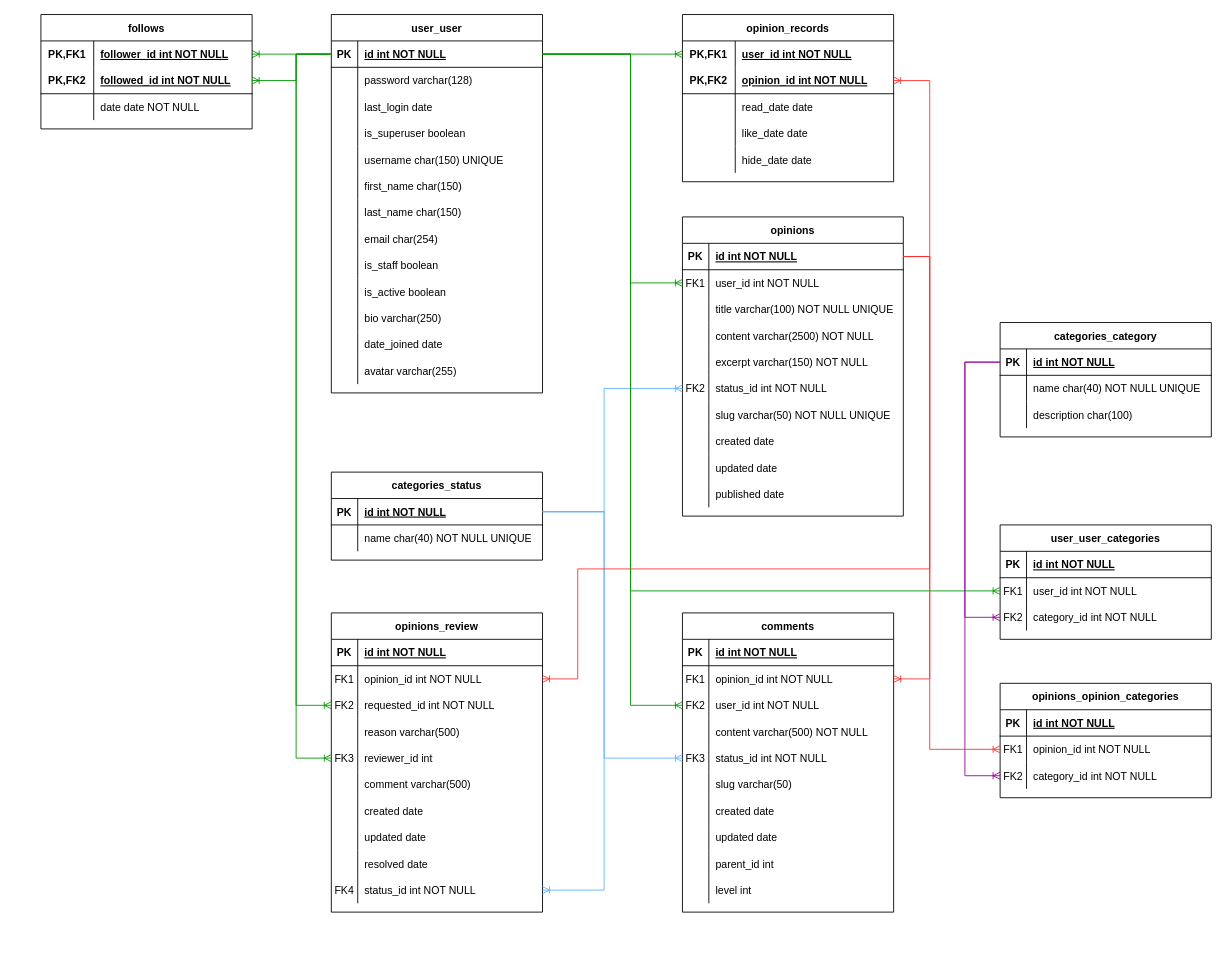
Above: page "database-schema" (1 of 14) of doc/design/soapbox.drawio in ibuttimer/soapbox (draw.io), before the change. Source tidied: cells renumbered, new cells numbered last; positions are measured from the earlier drawing's top-left corner, leaving out a move shared by most shapes. Both pictures are drawn from the tidied source at 88%, with x=0, y=0 at pixel (40, 14).
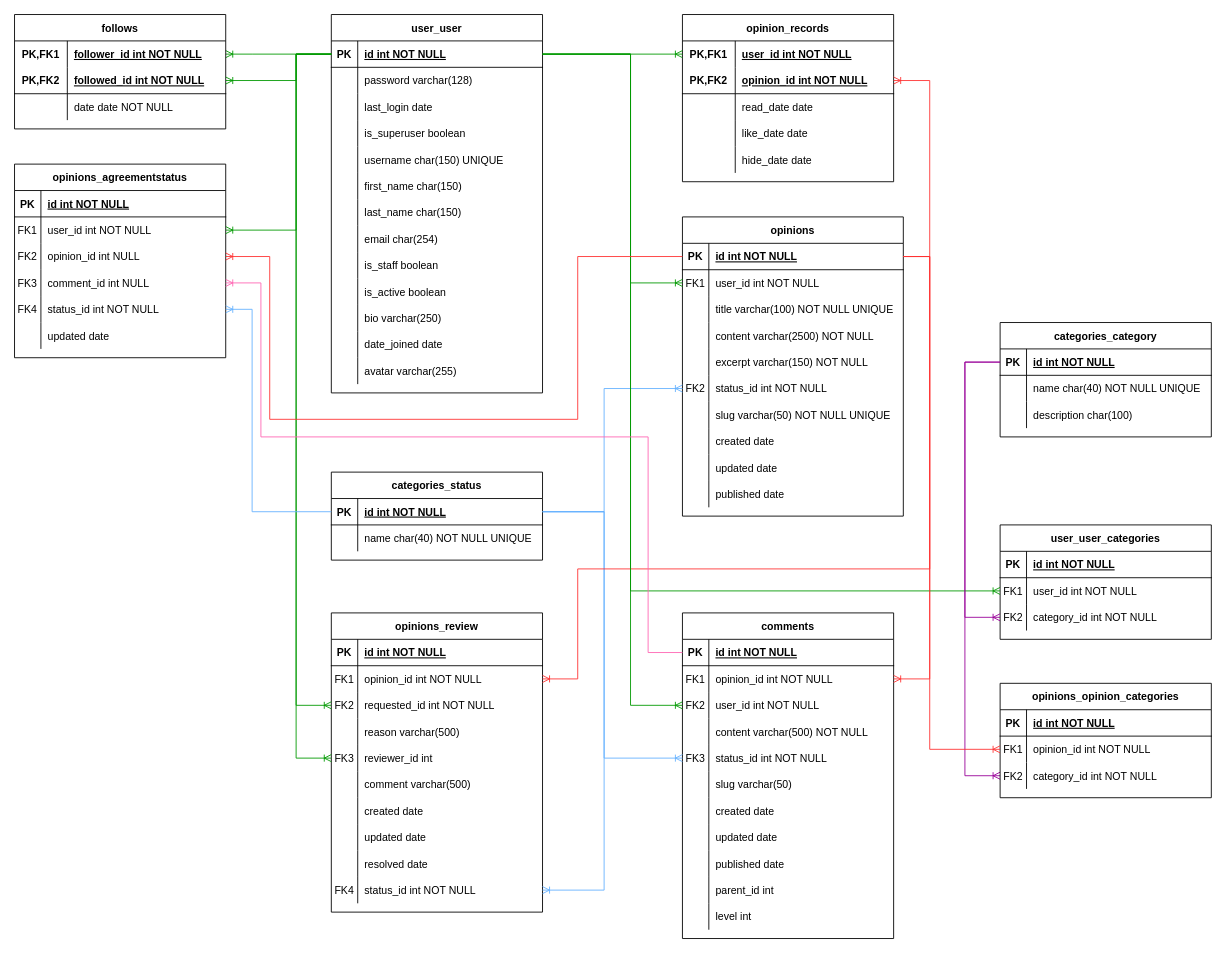
The same page after the edit.

The change refers to these unchanged cells:
```xml
<mxCell id="3" style="shape=partialRectangle;fillColor=none;points=[[0,0.5],[1,0.5]];portConstraint=eastwest;top=0;left=0;right=0;bottom=1;" parent="2" vertex="1">
  <mxGeometry y="30" width="251" height="30" as="geometry" />
</mxCell>
<mxCell id="44" style="shape=partialRectangle;fillColor=none;points=[[0,0.5],[1,0.5]];portConstraint=eastwest;top=0;left=0;right=0;bottom=1;" parent="43" vertex="1">
  <mxGeometry y="30" width="240" height="30" as="geometry" />
</mxCell>
<mxCell id="97" style="shape=partialRectangle;fillColor=none;points=[[0,0.5],[1,0.5]];portConstraint=eastwest;top=0;left=0;right=0;bottom=1;" parent="96" vertex="1">
  <mxGeometry y="30" width="240" height="30" as="geometry" />
</mxCell>
<mxCell id="124" style="shape=partialRectangle;fillColor=none;points=[[0,0.5],[1,0.5]];portConstraint=eastwest;top=0;left=0;right=0;bottom=1;" parent="123" vertex="1">
  <mxGeometry y="30" width="240" height="30" as="geometry" />
</mxCell>
```

What changed in the source:
```diff
@@
     <mxCell id="86" value="follows" style="shape=table;startSize=30;childLayout=tableLayout;rowLines=0;fontStyle=1;align=center;" parent="1" vertex="1">
-      <mxGeometry width="240" height="130" as="geometry" />
+      <mxGeometry x="-30" width="240" height="130" as="geometry" />
     </mxCell>
@@
     <mxCell id="123" value="comments" style="shape=table;startSize=30;childLayout=tableLayout;rowLines=0;fontStyle=1;align=center;" parent="1" vertex="1">
-      <mxGeometry x="729" y="680" width="240" height="340" as="geometry" />
+      <mxGeometry x="729" y="680" width="240" height="370" as="geometry" />
     </mxCell>
@@
+    <mxCell id="215" style="shape=partialRectangle;fillColor=none;top=0;left=0;right=0;bottom=0;" parent="123" vertex="1">
+      <mxGeometry y="270" width="240" height="30" as="geometry" />
+    </mxCell>
+    <mxCell id="216" style="shape=partialRectangle;overflow=hidden;fillColor=none;top=0;left=0;bottom=0;right=0;" parent="215" vertex="1">
+      <mxGeometry width="30" height="30" as="geometry" />
+    </mxCell>
+    <mxCell id="217" value="published date" style="shape=partialRectangle;overflow=hidden;fillColor=none;top=0;left=0;bottom=0;right=0;align=left;spacingLeft=6;" parent="215" vertex="1">
+      <mxGeometry x="30" width="210" height="30" as="geometry" />
+    </mxCell>
     <mxCell id="148" style="shape=partialRectangle;fillColor=none;top=0;left=0;right=0;bottom=0;" parent="123" vertex="1">
-      <mxGeometry y="270" width="240" height="30" as="geometry" />
+      <mxGeometry y="300" width="240" height="30" as="geometry" />
     </mxCell>
@@
     <mxCell id="151" style="shape=partialRectangle;fillColor=none;top=0;left=0;right=0;bottom=0;" parent="123" vertex="1">
-      <mxGeometry y="300" width="240" height="30" as="geometry" />
+      <mxGeometry y="330" width="240" height="30" as="geometry" />
     </mxCell>
@@
+    <mxCell id="218" value="opinions_agreementstatus" style="shape=table;startSize=30;childLayout=tableLayout;rowLines=0;fontStyle=1;align=center;" parent="1" vertex="1">
+      <mxGeometry x="-30" y="170" width="240" height="220" as="geometry" />
+    </mxCell>
+    <mxCell id="219" style="shape=partialRectangle;fillColor=none;top=0;left=0;right=0;bottom=1;" parent="218" vertex="1">
+      <mxGeometry y="30" width="240" height="30" as="geometry" />
+    </mxCell>
+    <mxCell id="220" value="PK" style="shape=partialRectangle;overflow=hidden;fillColor=none;top=0;left=0;bottom=0;right=0;fontStyle=1;" parent="219" vertex="1">
+      <mxGeometry width="30" height="30" as="geometry" />
+    </mxCell>
+    <mxCell id="221" value="id int NOT NULL " style="shape=partialRectangle;overflow=hidden;fillColor=none;top=0;left=0;bottom=0;right=0;align=left;spacingLeft=6;fontStyle=5;" parent="219" vertex="1">
+      <mxGeometry x="30" width="210" height="30" as="geometry" />
+    </mxCell>
+    <mxCell id="222" style="shape=partialRectangle;fillColor=none;points=[[0,0.5],[1,0.5]];portConstraint=eastwest;top=0;left=0;right=0;bottom=0;" parent="218" vertex="1">
+      <mxGeometry y="60" width="240" height="30" as="geometry" />
+    </mxCell>
+    <mxCell id="223" value="FK1" style="shape=partialRectangle;overflow=hidden;fillColor=none;top=0;left=0;bottom=0;right=0;" parent="222" vertex="1">
+      <mxGeometry width="30" height="30" as="geometry" />
+    </mxCell>
+    <mxCell id="224" value="user_id int NOT NULL" style="shape=partialRectangle;overflow=hidden;fillColor=none;top=0;left=0;bottom=0;right=0;align=left;spacingLeft=6;" parent="222" vertex="1">
+      <mxGeometry x="30" width="210" height="30" as="geometry" />
+    </mxCell>
+    <mxCell id="225" style="shape=partialRectangle;fillColor=none;points=[[0,0.5],[1,0.5]];portConstraint=eastwest;top=0;left=0;right=0;bottom=0;" parent="218" vertex="1">
+      <mxGeometry y="90" width="240" height="30" as="geometry" />
+    </mxCell>
+    <mxCell id="226" value="FK2" style="shape=partialRectangle;overflow=hidden;fillColor=none;top=0;left=0;bottom=0;right=0;" parent="225" vertex="1">
+      <mxGeometry width="30" height="30" as="geometry" />
+    </mxCell>
+    <mxCell id="227" value="opinion_id int NULL" style="shape=partialRectangle;overflow=hidden;fillColor=none;top=0;left=0;bottom=0;right=0;align=left;spacingLeft=6;" parent="225" vertex="1">
+      <mxGeometry x="30" width="210" height="30" as="geometry" />
+    </mxCell>
+    <mxCell id="228" style="shape=partialRectangle;fillColor=none;points=[[0,0.5],[1,0.5]];portConstraint=eastwest;top=0;left=0;right=0;bottom=0;" parent="218" vertex="1">
+      <mxGeometry y="120" width="240" height="30" as="geometry" />
+    </mxCell>
+    <mxCell id="229" value="FK3" style="shape=partialRectangle;overflow=hidden;fillColor=none;top=0;left=0;bottom=0;right=0;" parent="228" vertex="1">
+      <mxGeometry width="30" height="30" as="geometry" />
+    </mxCell>
+    <mxCell id="230" value="comment_id int NULL" style="shape=partialRectangle;overflow=hidden;fillColor=none;top=0;left=0;bottom=0;right=0;align=left;spacingLeft=6;" parent="228" vertex="1">
+      <mxGeometry x="30" width="210" height="30" as="geometry" />
+    </mxCell>
+    <mxCell id="231" style="shape=partialRectangle;fillColor=none;points=[[0,0.5],[1,0.5]];portConstraint=eastwest;top=0;left=0;right=0;bottom=0;" parent="218" vertex="1">
+      <mxGeometry y="150" width="240" height="30" as="geometry" />
+    </mxCell>
+    <mxCell id="232" value="FK4" style="shape=partialRectangle;overflow=hidden;fillColor=none;top=0;left=0;bottom=0;right=0;" parent="231" vertex="1">
+      <mxGeometry width="30" height="30" as="geometry" />
+    </mxCell>
+    <mxCell id="233" value="status_id int NOT NULL" style="shape=partialRectangle;overflow=hidden;fillColor=none;top=0;left=0;bottom=0;right=0;align=left;spacingLeft=6;" parent="231" vertex="1">
+      <mxGeometry x="30" width="210" height="30" as="geometry" />
+    </mxCell>
+    <mxCell id="234" style="shape=partialRectangle;fillColor=none;top=0;left=0;right=0;bottom=0;" parent="218" vertex="1">
+      <mxGeometry y="180" width="240" height="30" as="geometry" />
+    </mxCell>
+    <mxCell id="235" style="shape=partialRectangle;overflow=hidden;fillColor=none;top=0;left=0;bottom=0;right=0;" parent="234" vertex="1">
+      <mxGeometry width="30" height="30" as="geometry" />
+    </mxCell>
+    <mxCell id="236" value="updated date" style="shape=partialRectangle;overflow=hidden;fillColor=none;top=0;left=0;bottom=0;right=0;align=left;spacingLeft=6;" parent="234" vertex="1">
+      <mxGeometry x="30" width="210" height="30" as="geometry" />
+    </mxCell>
+    <mxCell id="237" style="edgeStyle=elbowEdgeStyle;fontSize=12;html=1;endArrow=ERoneToMany;rounded=0;strokeColor=#009900;exitX=0;exitY=0.5;exitDx=0;exitDy=0;entryX=1;entryY=0.5;entryDx=0;entryDy=0;" parent="1" edge="1" source="44" target="222">
+      <mxGeometry relative="1" as="geometry">
+        <Array as="points">
+          <mxPoint x="290" y="70" />
+        </Array>
+      </mxGeometry>
+    </mxCell>
+    <mxCell id="238" style="edgeStyle=orthogonalEdgeStyle;fontSize=12;html=1;endArrow=ERoneToMany;rounded=0;exitX=0;exitY=0.5;exitDx=0;exitDy=0;strokeColor=#FF3333;entryX=1;entryY=0.5;entryDx=0;entryDy=0;" parent="1" edge="1" source="3" target="225">
+      <mxGeometry relative="1" as="geometry">
+        <Array as="points">
+          <mxPoint x="610" y="275" />
+          <mxPoint x="610" y="460" />
+          <mxPoint x="260" y="460" />
+          <mxPoint x="260" y="275" />
+        </Array>
+      </mxGeometry>
+    </mxCell>
+    <mxCell id="239" style="edgeStyle=orthogonalEdgeStyle;fontSize=12;html=1;endArrow=ERoneToMany;rounded=0;strokeColor=#FF66B3;exitX=0;exitY=0.5;exitDx=0;exitDy=0;entryX=1;entryY=0.5;entryDx=0;entryDy=0;" parent="1" edge="1" source="124" target="228">
+      <mxGeometry relative="1" as="geometry">
+        <Array as="points">
+          <mxPoint x="690" y="725" />
+          <mxPoint x="690" y="480" />
+          <mxPoint x="250" y="480" />
+          <mxPoint x="250" y="305" />
+        </Array>
+      </mxGeometry>
+    </mxCell>
+    <mxCell id="240" style="edgeStyle=elbowEdgeStyle;fontSize=12;html=1;endArrow=ERoneToMany;rounded=0;entryX=1;entryY=0.5;entryDx=0;entryDy=0;strokeColor=#66B2FF;exitX=0;exitY=0.5;exitDx=0;exitDy=0;" parent="1" edge="1" source="97" target="231">
+      <mxGeometry relative="1" as="geometry">
+        <Array as="points">
+          <mxPoint x="240" y="570" />
+          <mxPoint x="240" y="800" />
+          <mxPoint x="240" y="570" />
+        </Array>
+      </mxGeometry>
+    </mxCell>
```
